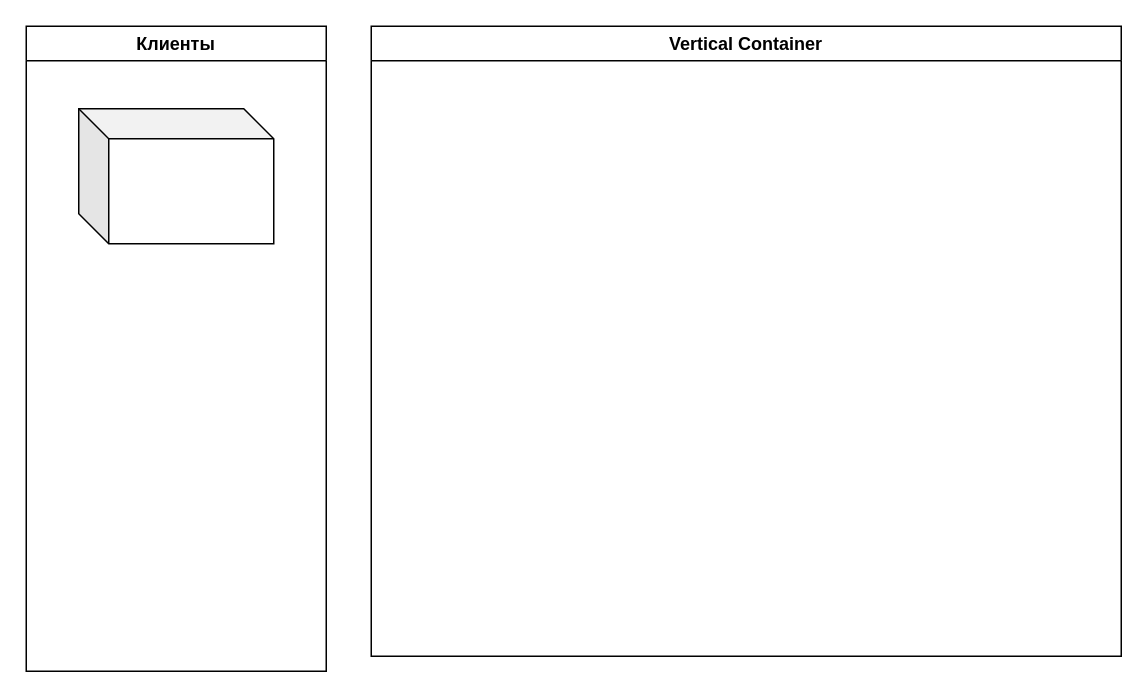
Above: prac7.drawio in danaddi/draw.io (draw.io), before the change. Source tidied: cells renumbered, new cells numbered last; positions are measured from the earlier drawing's top-left corner, leaving out a move shared by most shapes. Both pictures are drawn from the tidied source at 150%, with x=0, y=0 at pixel (26, 26).
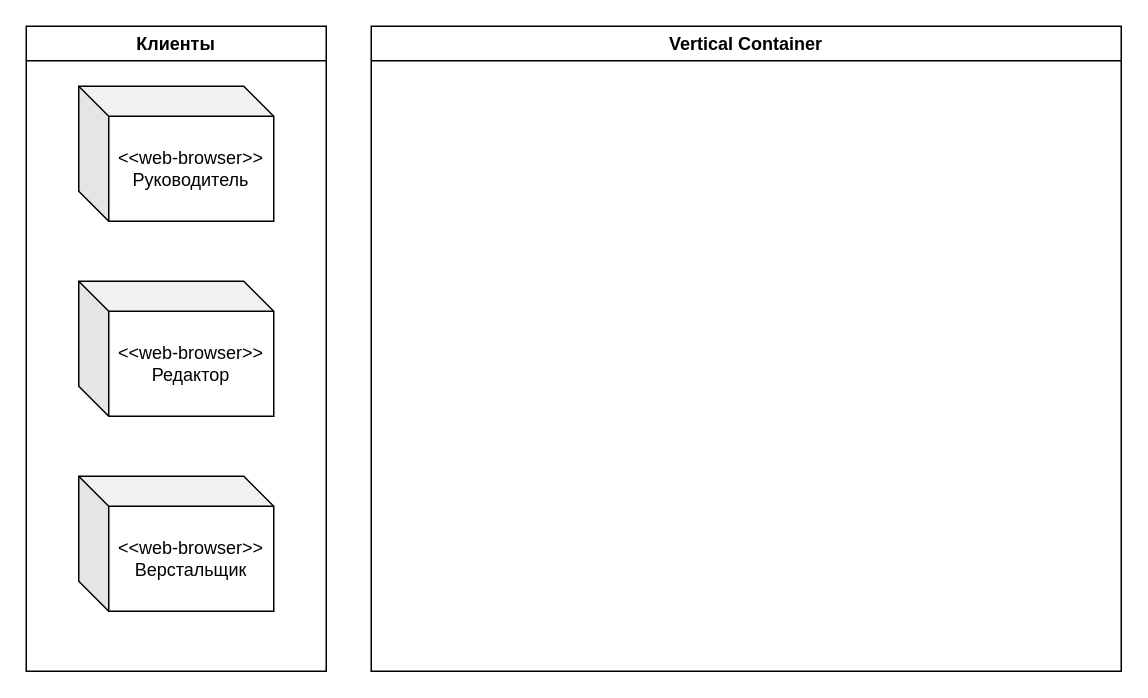
The same diagram, later.

What changed in the source:
```diff
@@
 <mxGraphModel>
   <root>
     <mxCell id="0" />
     <mxCell id="1" parent="0" />
     <mxCell id="2" value="Клиенты" style="swimlane;whiteSpace=wrap;html=1;" parent="1" vertex="1">
       <mxGeometry width="200" height="430" as="geometry" />
     </mxCell>
-    <mxCell id="3" style="shape=cube;whiteSpace=wrap;html=1;boundedLbl=1;backgroundOutline=1;darkOpacity=0.05;darkOpacity2=0.1;" parent="2" vertex="1">
-      <mxGeometry x="35" y="55" width="130" height="90" as="geometry" />
+    <mxCell id="3" value="&amp;lt;&amp;lt;web-browser&amp;gt;&amp;gt;&lt;div&gt;Руководитель&lt;/div&gt;" style="shape=cube;whiteSpace=wrap;html=1;boundedLbl=1;backgroundOutline=1;darkOpacity=0.05;darkOpacity2=0.1;" parent="2" vertex="1">
+      <mxGeometry x="35" y="40" width="130" height="90" as="geometry" />
     </mxCell>
+    <mxCell id="5" value="&amp;lt;&amp;lt;web-browser&amp;gt;&amp;gt;&lt;div&gt;Редактор&lt;/div&gt;" style="shape=cube;whiteSpace=wrap;html=1;boundedLbl=1;backgroundOutline=1;darkOpacity=0.05;darkOpacity2=0.1;" parent="2" vertex="1">
+      <mxGeometry x="35" y="170" width="130" height="90" as="geometry" />
+    </mxCell>
+    <mxCell id="6" value="&amp;lt;&amp;lt;web-browser&amp;gt;&amp;gt;&lt;div&gt;Верстальщик&lt;/div&gt;" style="shape=cube;whiteSpace=wrap;html=1;boundedLbl=1;backgroundOutline=1;darkOpacity=0.05;darkOpacity2=0.1;" parent="2" vertex="1">
+      <mxGeometry x="35" y="300" width="130" height="90" as="geometry" />
+    </mxCell>
     <mxCell id="4" value="Vertical Container" style="swimlane;whiteSpace=wrap;html=1;" parent="1" vertex="1">
-      <mxGeometry x="230" width="500" height="420" as="geometry" />
+      <mxGeometry x="230" width="500" height="430" as="geometry" />
     </mxCell>
   </root>
 </mxGraphModel>
```
